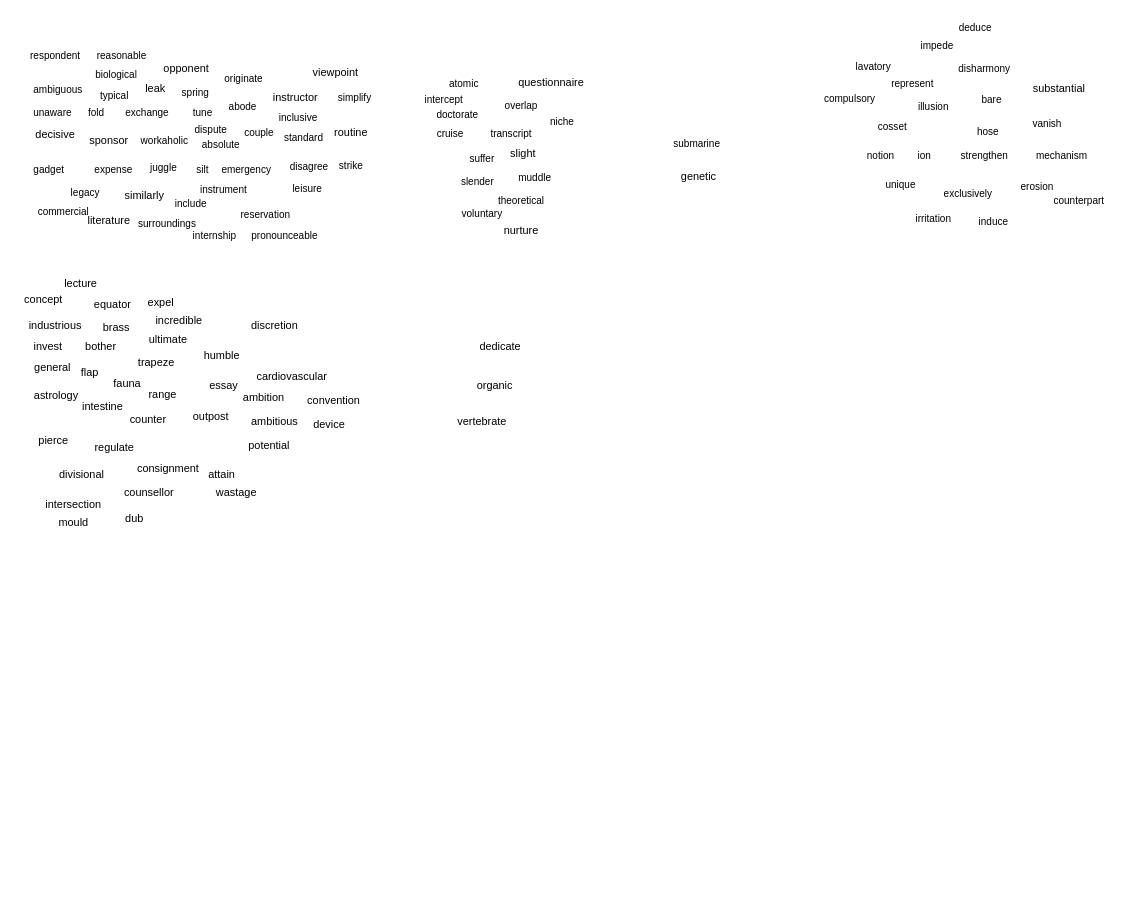
Above: page "2023年12月24日" (2 of 2) of 2023-11-13.drawio in GC-L/hello-world (draw.io), before the change. Source tidied: cells renumbered, new cells numbered last; positions are measured from the earlier drawing's top-left corner, leaving out a move shared by most shapes. Both pictures are drawn from the tidied source at 91%, with x=0, y=0 at pixel (15, 15).
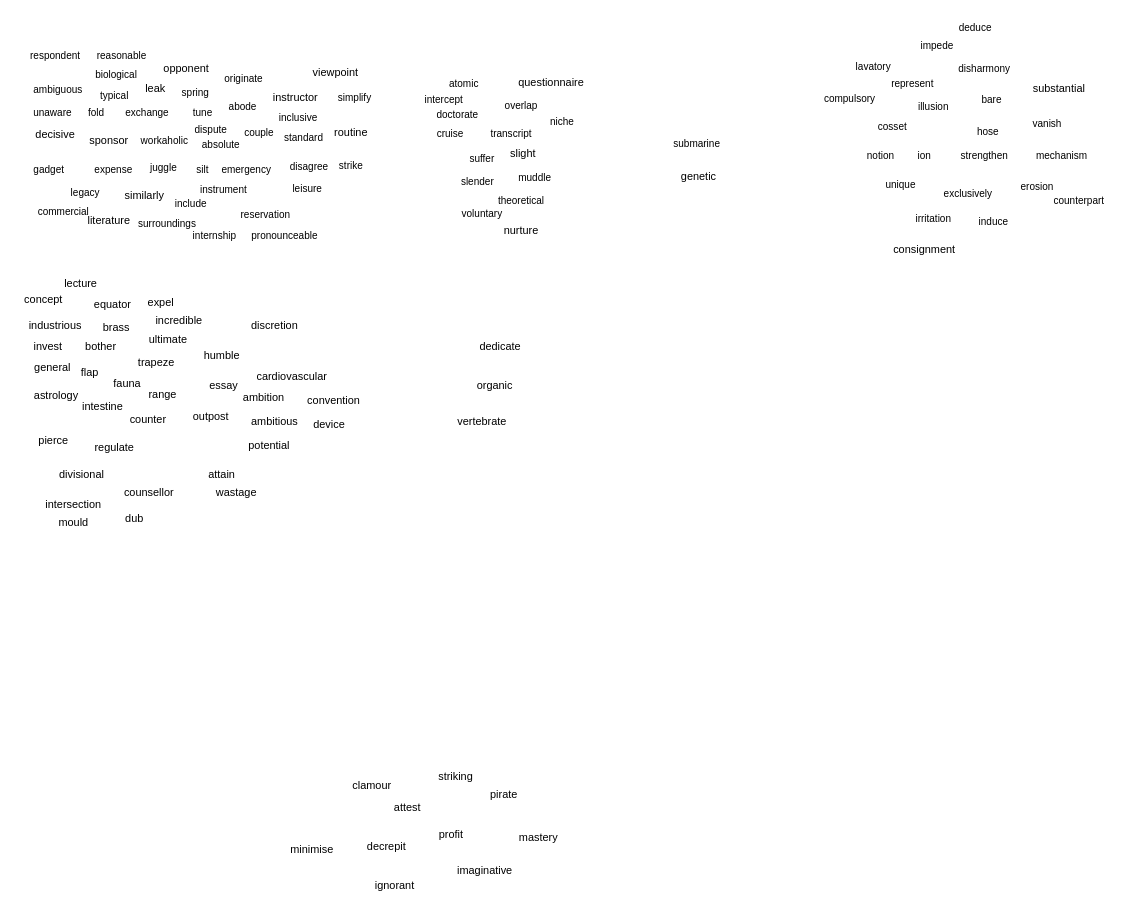
The same diagram, later.

What changed in the source:
```diff
@@
     <mxCell id="93" value="consignment" style="text;html=1;align=center;verticalAlign=middle;strokeColor=none;fillColor=none;" parent="1" vertex="1">
-      <mxGeometry x="124.2" y="485" width="86" height="26" as="geometry" />
+      <mxGeometry x="954.5" y="244" width="86" height="26" as="geometry" />
     </mxCell>
@@
+    <mxCell id="126" value="clamour" style="text;html=1;align=center;verticalAlign=middle;strokeColor=none;fillColor=none;" parent="1" vertex="1">
+      <mxGeometry x="360" y="833" width="61" height="26" as="geometry" />
+    </mxCell>
+    <mxCell id="127" value="striking" style="text;html=1;align=center;verticalAlign=middle;strokeColor=none;fillColor=none;" parent="1" vertex="1">
+      <mxGeometry x="455" y="823" width="56" height="26" as="geometry" />
+    </mxCell>
+    <mxCell id="128" value="pirate" style="text;html=1;align=center;verticalAlign=middle;strokeColor=none;fillColor=none;" parent="1" vertex="1">
+      <mxGeometry x="512" y="843" width="48" height="26" as="geometry" />
+    </mxCell>
+    <mxCell id="129" value="attest" style="text;html=1;align=center;verticalAlign=middle;strokeColor=none;fillColor=none;" parent="1" vertex="1">
+      <mxGeometry x="406" y="857" width="47" height="26" as="geometry" />
+    </mxCell>
+    <mxCell id="130" value="minimise" style="text;html=1;align=center;verticalAlign=middle;strokeColor=none;fillColor=none;" parent="1" vertex="1">
+      <mxGeometry x="292.2" y="903" width="65" height="26" as="geometry" />
+    </mxCell>
+    <mxCell id="131" value="imaginative" style="text;html=1;align=center;verticalAlign=middle;strokeColor=none;fillColor=none;" parent="1" vertex="1">
+      <mxGeometry x="475" y="926" width="79" height="26" as="geometry" />
+    </mxCell>
+    <mxCell id="132" value="profit" style="text;html=1;align=center;verticalAlign=middle;strokeColor=none;fillColor=none;" parent="1" vertex="1">
+      <mxGeometry x="455" y="887" width="45" height="26" as="geometry" />
+    </mxCell>
+    <mxCell id="133" value="decrepit" style="text;html=1;align=center;verticalAlign=middle;strokeColor=none;fillColor=none;" parent="1" vertex="1">
+      <mxGeometry x="376" y="900" width="61" height="26" as="geometry" />
+    </mxCell>
+    <mxCell id="134" value="ignorant" style="text;html=1;align=center;verticalAlign=middle;strokeColor=none;fillColor=none;" parent="1" vertex="1">
+      <mxGeometry x="385.2" y="943" width="61" height="26" as="geometry" />
+    </mxCell>
+    <mxCell id="135" value="mastery" style="text;html=1;align=center;verticalAlign=middle;strokeColor=none;fillColor=none;" parent="1" vertex="1">
+      <mxGeometry x="543.2" y="890" width="61" height="26" as="geometry" />
+    </mxCell>
```
